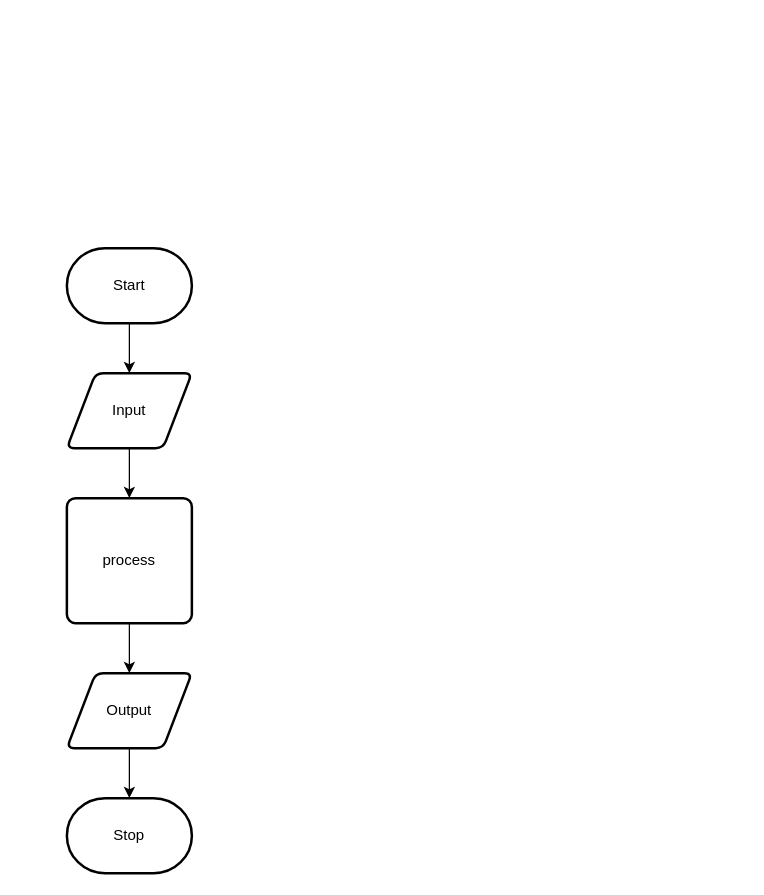
This is design/flow-chart.drawio from Kenny-Le-281/ICS2O-Unit5-07-HTML, a draw.io file, before an edit. Source tidied: cells renumbered, new cells numbered last; positions are measured from the earlier drawing's top-left corner, leaving out a move shared by most shapes. Both pictures are drawn from the tidied source at 125%, with x=0, y=0 at pixel (66, 248).
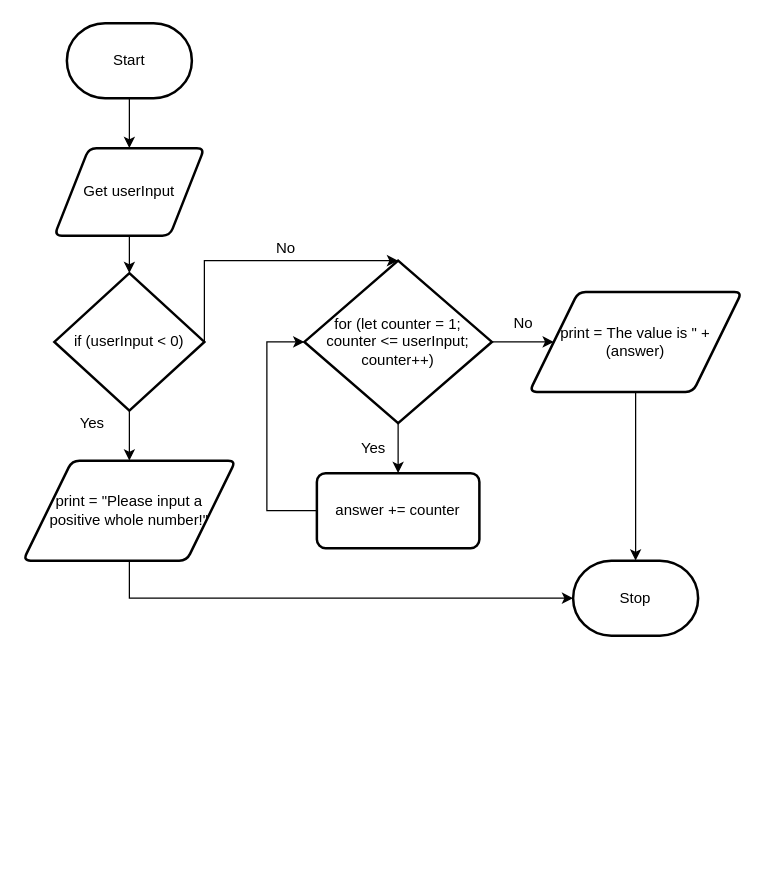
The same page after the edit.

Diff of the diagram source:
```diff
@@
     <mxCell id="3" value="Start" style="strokeWidth=2;html=1;shape=mxgraph.flowchart.terminator;whiteSpace=wrap;" parent="1" vertex="1">
-      <mxGeometry width="100" height="60" as="geometry" />
+      <mxGeometry y="-180" width="100" height="60" as="geometry" />
     </mxCell>
-    <mxCell id="4" style="edgeStyle=none;html=1;" parent="1" edge="1" source="5" target="7">
-      <mxGeometry relative="1" as="geometry" />
-    </mxCell>
+    <mxCell id="11" style="edgeStyle=none;html=1;entryX=0.5;entryY=0;entryDx=0;entryDy=0;entryPerimeter=0;" parent="1" edge="1" source="5" target="8">
+      <mxGeometry relative="1" as="geometry" />
+    </mxCell>
-    <mxCell id="5" value="Input" style="shape=parallelogram;html=1;strokeWidth=2;perimeter=parallelogramPerimeter;whiteSpace=wrap;rounded=1;arcSize=12;size=0.23;" parent="1" vertex="1">
-      <mxGeometry y="100" width="100" height="60" as="geometry" />
+    <mxCell id="5" value="Get userInput" style="shape=parallelogram;html=1;strokeWidth=2;perimeter=parallelogramPerimeter;whiteSpace=wrap;rounded=1;arcSize=12;size=0.23;" parent="1" vertex="1">
+      <mxGeometry x="-10" y="-80" width="120" height="70" as="geometry" />
     </mxCell>
-    <mxCell id="6" style="edgeStyle=none;html=1;" parent="1" edge="1" source="7" target="9">
-      <mxGeometry relative="1" as="geometry" />
-    </mxCell>
-    <mxCell id="7" value="process" style="rounded=1;whiteSpace=wrap;html=1;absoluteArcSize=1;arcSize=14;strokeWidth=2;" parent="1" vertex="1">
-      <mxGeometry y="200" width="100" height="100" as="geometry" />
-    </mxCell>
+    <mxCell id="12" style="edgeStyle=none;html=1;entryX=0.5;entryY=0;entryDx=0;entryDy=0;" parent="1" edge="1" source="8" target="23">
+      <mxGeometry relative="1" as="geometry" />
+    </mxCell>
+    <mxCell id="13" style="edgeStyle=none;html=1;entryX=0.5;entryY=0;entryDx=0;entryDy=0;entryPerimeter=0;exitX=1;exitY=0.5;exitDx=0;exitDy=0;exitPerimeter=0;rounded=0;" parent="1" edge="1" source="8" target="16">
+      <mxGeometry relative="1" as="geometry">
+        <Array as="points">
+          <mxPoint x="110" y="10" />
+        </Array>
+      </mxGeometry>
+    </mxCell>
-    <mxCell id="8" style="edgeStyle=none;html=1;" parent="1" edge="1" source="9" target="10">
-      <mxGeometry relative="1" as="geometry" />
+    <mxCell id="8" value="if (userInput &amp;lt; 0)" style="strokeWidth=2;html=1;shape=mxgraph.flowchart.decision;whiteSpace=wrap;" parent="1" vertex="1">
+      <mxGeometry x="-10" y="20" width="120" height="110" as="geometry" />
     </mxCell>
-    <mxCell id="9" value="Output" style="shape=parallelogram;html=1;strokeWidth=2;perimeter=parallelogramPerimeter;whiteSpace=wrap;rounded=1;arcSize=12;size=0.23;" parent="1" vertex="1">
-      <mxGeometry y="340" width="100" height="60" as="geometry" />
-    </mxCell>
+    <mxCell id="14" style="edgeStyle=none;html=1;entryX=0.5;entryY=0;entryDx=0;entryDy=0;" parent="1" edge="1" source="16" target="18">
+      <mxGeometry relative="1" as="geometry" />
+    </mxCell>
+    <mxCell id="15" style="edgeStyle=none;rounded=0;html=1;" parent="1" edge="1" source="16" target="25">
+      <mxGeometry relative="1" as="geometry" />
+    </mxCell>
+    <mxCell id="16" value="for (let counter = 1; &lt;br&gt;counter &amp;lt;= userInput; counter++)" style="strokeWidth=2;html=1;shape=mxgraph.flowchart.decision;whiteSpace=wrap;" parent="1" vertex="1">
+      <mxGeometry x="190" y="10" width="150" height="130" as="geometry" />
+    </mxCell>
+    <mxCell id="17" style="edgeStyle=none;rounded=0;html=1;entryX=0;entryY=0.5;entryDx=0;entryDy=0;entryPerimeter=0;" parent="1" edge="1" source="18" target="16">
+      <mxGeometry relative="1" as="geometry">
+        <Array as="points">
+          <mxPoint x="160" y="210" />
+          <mxPoint x="160" y="75" />
+        </Array>
+      </mxGeometry>
+    </mxCell>
+    <mxCell id="18" value="answer += counter" style="rounded=1;whiteSpace=wrap;html=1;absoluteArcSize=1;arcSize=14;strokeWidth=2;" parent="1" vertex="1">
+      <mxGeometry x="200" y="180" width="130" height="60" as="geometry" />
+    </mxCell>
+    <mxCell id="19" value="Yes" style="text;html=1;align=center;verticalAlign=middle;fillColor=none;strokeColor=none;rounded=0;" parent="1" vertex="1">
+      <mxGeometry y="130" width="40" height="20" as="geometry" />
+    </mxCell>
+    <mxCell id="20" value="No" style="text;html=1;align=center;verticalAlign=middle;fillColor=none;strokeColor=none;rounded=0;" parent="1" vertex="1">
+      <mxGeometry x="160" y="-10" width="30" height="20" as="geometry" />
+    </mxCell>
+    <mxCell id="21" value="Yes" style="text;html=1;align=center;verticalAlign=middle;fillColor=none;strokeColor=none;rounded=0;" parent="1" vertex="1">
+      <mxGeometry x="225" y="150" width="40" height="20" as="geometry" />
+    </mxCell>
+    <mxCell id="22" style="edgeStyle=none;rounded=0;html=1;entryX=0;entryY=0.5;entryDx=0;entryDy=0;entryPerimeter=0;" parent="1" edge="1" source="23" target="10">
+      <mxGeometry relative="1" as="geometry">
+        <Array as="points">
+          <mxPoint x="50" y="280" />
+        </Array>
+      </mxGeometry>
+    </mxCell>
+    <mxCell id="23" value="&lt;span&gt;print = &quot;Please input a &lt;br&gt;positive whole number!&quot;&lt;/span&gt;" style="shape=parallelogram;html=1;strokeWidth=2;perimeter=parallelogramPerimeter;whiteSpace=wrap;rounded=1;arcSize=12;size=0.23;" parent="1" vertex="1">
+      <mxGeometry x="-35" y="170" width="170" height="80" as="geometry" />
+    </mxCell>
+    <mxCell id="24" style="edgeStyle=none;rounded=0;html=1;" parent="1" edge="1" source="25" target="10">
+      <mxGeometry relative="1" as="geometry" />
+    </mxCell>
+    <mxCell id="25" value="&lt;span&gt;print =&amp;nbsp;&lt;/span&gt;The value is &quot; + (answer)" style="shape=parallelogram;html=1;strokeWidth=2;perimeter=parallelogramPerimeter;whiteSpace=wrap;rounded=1;arcSize=12;size=0.23;" parent="1" vertex="1">
+      <mxGeometry x="370" y="35" width="170" height="80" as="geometry" />
+    </mxCell>
     <mxCell id="10" value="Stop" style="strokeWidth=2;html=1;shape=mxgraph.flowchart.terminator;whiteSpace=wrap;" parent="1" vertex="1">
-      <mxGeometry y="440" width="100" height="60" as="geometry" />
+      <mxGeometry x="405" y="250" width="100" height="60" as="geometry" />
     </mxCell>
+    <mxCell id="26" value="No" style="text;html=1;align=center;verticalAlign=middle;fillColor=none;strokeColor=none;rounded=0;" parent="1" vertex="1">
+      <mxGeometry x="350" y="50" width="30" height="20" as="geometry" />
+    </mxCell>
```
